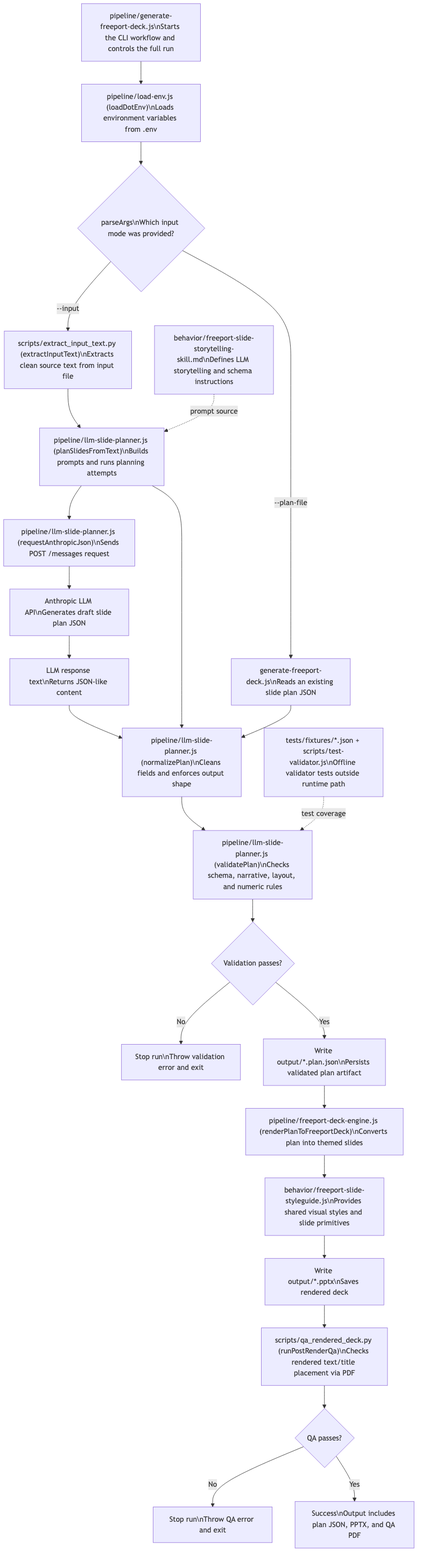
Above: docs/solution-flow.png in catronro/pptxbuilder (Mermaid), before the change. Its source is kept beside it as docs/solution-flow.mmd.
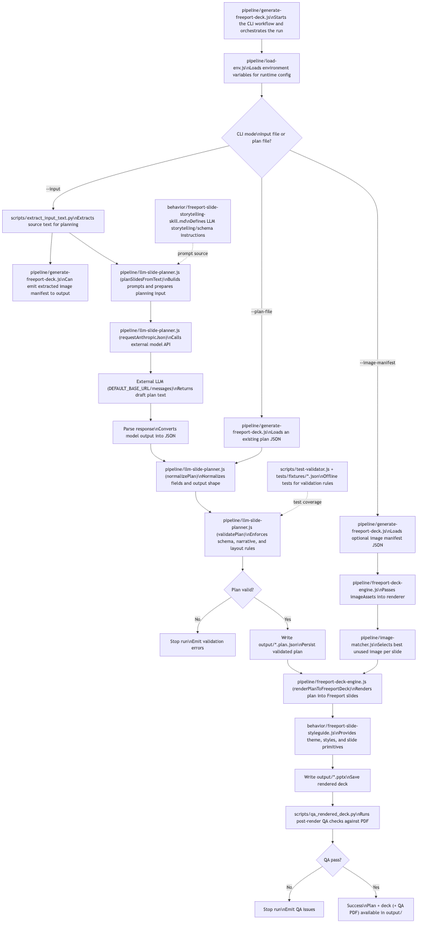
Later version of the same file.

What changed in the source:
```diff
@@ -1,31 +1,35 @@
 flowchart TD
-  A["pipeline/generate-freeport-deck.js\nStarts the CLI workflow and controls the full run"] --> B["pipeline/load-env.js (loadDotEnv)\nLoads environment variables from .env"]
-  B --> C{"parseArgs\nWhich input mode was provided?"}
+  A["pipeline/generate-freeport-deck.js\nStarts the CLI workflow and orchestrates the run"] --> B["pipeline/load-env.js\nLoads environment variables for runtime config"]
+  B --> C{"CLI mode\nInput file or plan file?"}
 
-  C -->|--input| D["scripts/extract_input_text.py (extractInputText)\nExtracts clean source text from input file"]
-  C -->|--plan-file| E["generate-freeport-deck.js\nReads an existing slide plan JSON"]
+  C -->|--input| D["scripts/extract_input_text.py\nExtracts source text for planning"]
+  C -->|--plan-file| E["pipeline/generate-freeport-deck.js\nLoads an existing plan JSON"]
+  C -->|--image-manifest| X["pipeline/generate-freeport-deck.js\nLoads optional image manifest JSON"]
 
-  D --> F["pipeline/llm-slide-planner.js (planSlidesFromText)\nBuilds prompts and runs planning attempts"]
-  F --> U["pipeline/llm-slide-planner.js (requestAnthropicJson)\nSends POST /messages request"]
-  U --> V["Anthropic LLM API\nGenerates draft slide plan JSON"]
-  V --> W["LLM response text\nReturns JSON-like content"]
-  W --> G
-  F --> G["pipeline/llm-slide-planner.js (normalizePlan)\nCleans fields and enforces output shape"]
+  D --> AA["pipeline/generate-freeport-deck.js\nCan emit extracted image manifest to output"]
+  D --> F["pipeline/llm-slide-planner.js (planSlidesFromText)\nBuilds prompts and prepares planning input"]
+  F --> U["pipeline/llm-slide-planner.js (requestAnthropicJson)\nCalls external model API"]
+  U --> V["External LLM (DEFAULT_BASE_URL/messages)\nReturns draft plan text"]
+  V --> W["Parse response\nConverts model output into JSON"]
+  W --> G["pipeline/llm-slide-planner.js (normalizePlan)\nNormalizes fields and output shape"]
   E --> G
 
-  G --> H["pipeline/llm-slide-planner.js (validatePlan)\nChecks schema, narrative, layout, and numeric rules"]
-  H --> I{"Validation passes?"}
-  I -->|No| J["Stop run\nThrow validation error and exit"]
-  I -->|Yes| K["Write output/*.plan.json\nPersists validated plan artifact"]
+  G --> H["pipeline/llm-slide-planner.js (validatePlan)\nEnforces schema, narrative, and layout rules"]
+  H --> I{"Plan valid?"}
+  I -->|No| J["Stop run\nEmit validation errors"]
+  I -->|Yes| K["Write output/*.plan.json\nPersist validated plan"]
 
-  K --> L["pipeline/freeport-deck-engine.js (renderPlanToFreeportDeck)\nConverts plan into themed slides"]
-  L --> M["behavior/freeport-slide-styleguide.js\nProvides shared visual styles and slide primitives"]
-  M --> N["Write output/*.pptx\nSaves rendered deck"]
+  K --> L["pipeline/freeport-deck-engine.js (renderPlanToFreeportDeck)\nRenders plan into Freeport slides"]
+  X --> Y["pipeline/freeport-deck-engine.js\nPasses imageAssets into renderer"]
+  Y --> Z["pipeline/image-matcher.js\nSelects best unused image per slide"]
+  Z --> L
+  L --> M["behavior/freeport-slide-styleguide.js\nProvides theme, styles, and slide primitives"]
+  M --> N["Write output/*.pptx\nSave rendered deck"]
 
-  N --> O["scripts/qa_rendered_deck.py (runPostRenderQa)\nChecks rendered text/title placement via PDF"]
-  O --> P{"QA passes?"}
-  P -->|No| Q["Stop run\nThrow QA error and exit"]
-  P -->|Yes| R["Success\nOutput includes plan JSON, PPTX, and QA PDF"]
+  N --> O["scripts/qa_rendered_deck.py\nRuns post-render QA checks against PDF"]
+  O --> P{"QA pass?"}
+  P -->|No| Q["Stop run\nEmit QA issues"]
+  P -->|Yes| R["Success\nPlan + deck (+ QA PDF) available in output/"]
 
-  S["behavior/freeport-slide-storytelling-skill.md\nDefines LLM storytelling and schema instructions"] -. prompt source .-> F
-  T["tests/fixtures/*.json + scripts/test-validator.js\nOffline validator tests outside runtime path"] -. test coverage .-> H
+  S["behavior/freeport-slide-storytelling-skill.md\nDefines LLM storytelling/schema instructions"] -. prompt source .-> F
+  T["scripts/test-validator.js + tests/fixtures/*.json\nOffline tests for validation rules"] -. test coverage .-> H
```
